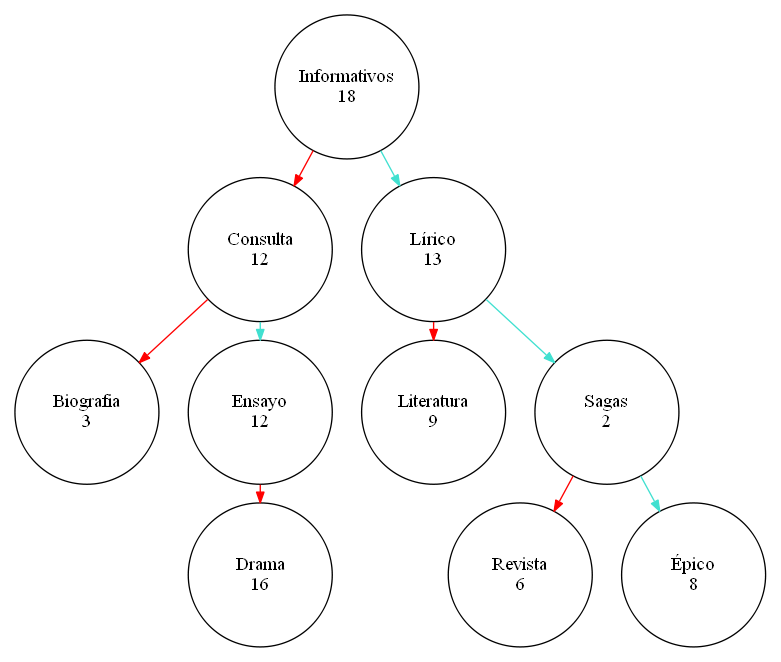
Guillermo-O-C/EDD_1S20200_PY2_201801366 keeps this Graphviz diagram as Graphics/AVL.png. Above is the earlier version. Its source is kept beside it as TextFiles/AVL.dot.
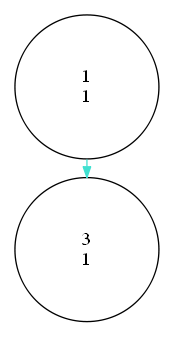
After the change.

The edit, as a diff of the source:
```diff
@@ -2,4 +2,5 @@
  nodesep=0.3;
  ranksep=0.2;
     margin=0.1;
- node[shape=box width="1.5" height="1.5" fixed="true"];  edge [arrowsize=0.8];"5000" ->"6000";"6000" -> "5000";}
+ node[shape=circle width="1.5" height="1.5" fixed="true"];  edge [arrowsize=0.8];"1""1"[label="1\n1"]"1" -> "3"[color="#40e0d0"];
+"3"[label="3\n1"]}
```
